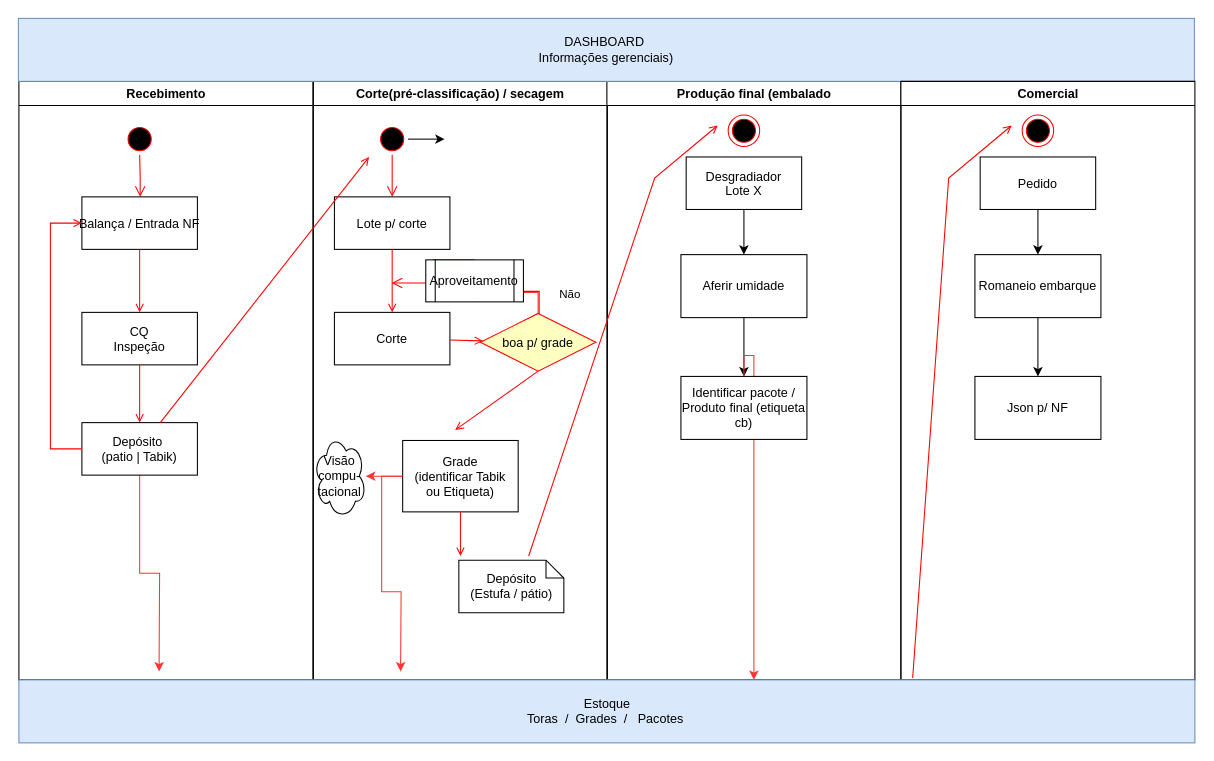
Above: Untitled Diagram.drawio in idenirfrozza/drawTeste (draw.io), before the change. Source tidied: cells renumbered, new cells numbered last; positions are measured from the earlier drawing's top-left corner, leaving out a move shared by most shapes. Both pictures are drawn from the tidied source at 105%, with x=0, y=0 at pixel (18, 18).
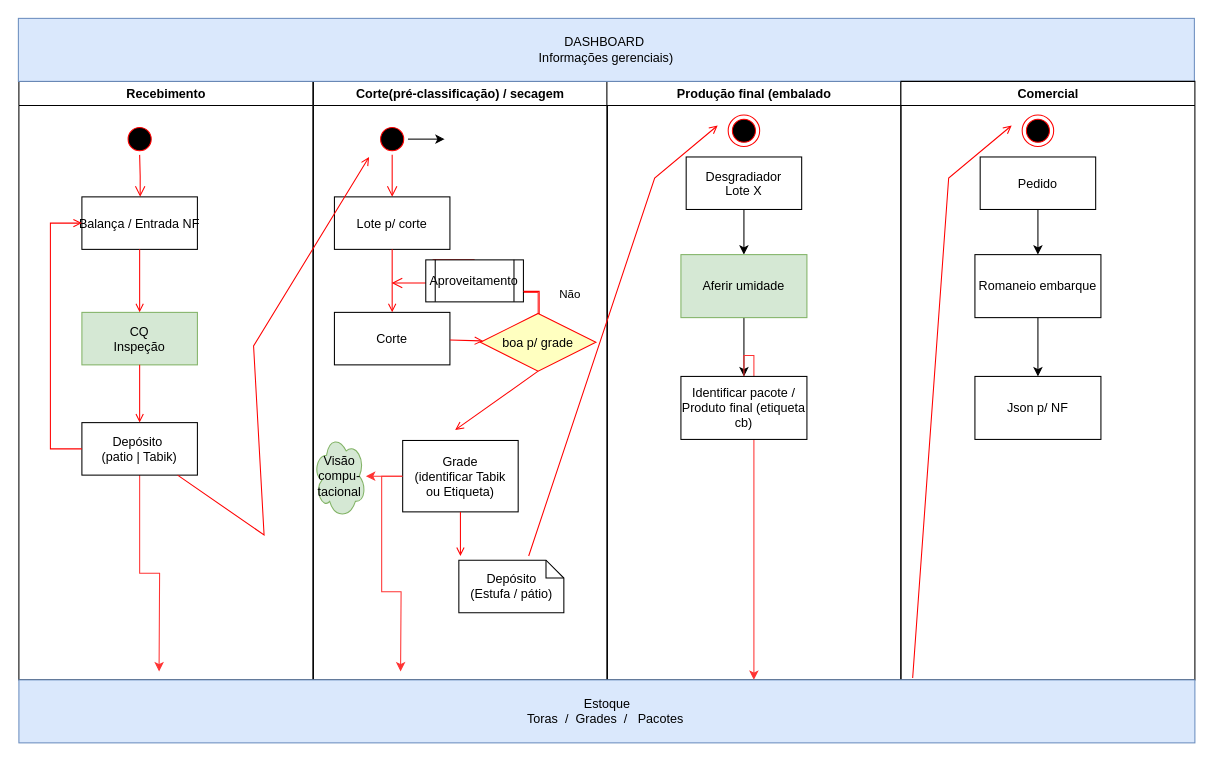
The same page after the edit.

The change refers to these unchanged cells:
```xml
<mxCell id="2" value="Recebimento" style="swimlane;whiteSpace=wrap;" parent="1" vertex="1">
  <mxGeometry x="0.5" y="60" width="280" height="570" as="geometry" />
</mxCell>
<mxCell id="9" value="Depósito &#10;(patio | Tabik)" parent="2" vertex="1">
  <mxGeometry x="60" y="325" width="110" height="50" as="geometry" />
</mxCell>
<mxCell id="12" value="Corte(pré-classificação) / secagem" style="swimlane;whiteSpace=wrap;" parent="1" vertex="1">
  <mxGeometry x="281" y="60" width="280" height="570" as="geometry" />
</mxCell>
<mxCell id="31" value="Produção final (embalado" style="swimlane;whiteSpace=wrap;" parent="1" vertex="1">
  <mxGeometry x="560.5" y="60" width="280" height="570" as="geometry" />
</mxCell>
```

Diff of the diagram source:
```diff
@@
-    <mxCell id="6" value="CQ&#10;Inspeção" parent="2" vertex="1">
+    <mxCell id="6" value="CQ&#10;Inspeção" style="fillColor=#d5e8d4;strokeColor=#82b366;" parent="2" vertex="1">
       <mxGeometry x="60" y="220" width="110" height="50" as="geometry" />
     </mxCell>
@@
-    <mxCell id="30" value="Visão compu-tacional&lt;br&gt;" style="ellipse;shape=cloud;whiteSpace=wrap;html=1;" parent="12" vertex="1">
+    <mxCell id="30" value="Visão compu-tacional&lt;br&gt;" style="ellipse;shape=cloud;whiteSpace=wrap;html=1;fillColor=#d5e8d4;strokeColor=#82b366;" parent="12" vertex="1">
       <mxGeometry y="336" width="50" height="80" as="geometry" />
     </mxCell>
@@
-    <mxCell id="37" value="Aferir umidade" style="whiteSpace=wrap;html=1;" parent="31" vertex="1">
+    <mxCell id="37" value="Aferir umidade" style="whiteSpace=wrap;html=1;fillColor=#d5e8d4;strokeColor=#82b366;" parent="31" vertex="1">
       <mxGeometry x="70.5" y="165" width="120" height="60" as="geometry" />
     </mxCell>
@@
     <mxCell id="40" style="endArrow=open;strokeColor=#FF0000;endFill=1;rounded=0;" parent="1" edge="1" source="9">
       <mxGeometry relative="1" as="geometry">
         <mxPoint x="334" y="132" as="targetPoint" />
+        <Array as="points">
+          <mxPoint x="234" y="492" />
+          <mxPoint x="224" y="312" />
+        </Array>
       </mxGeometry>
     </mxCell>
```
